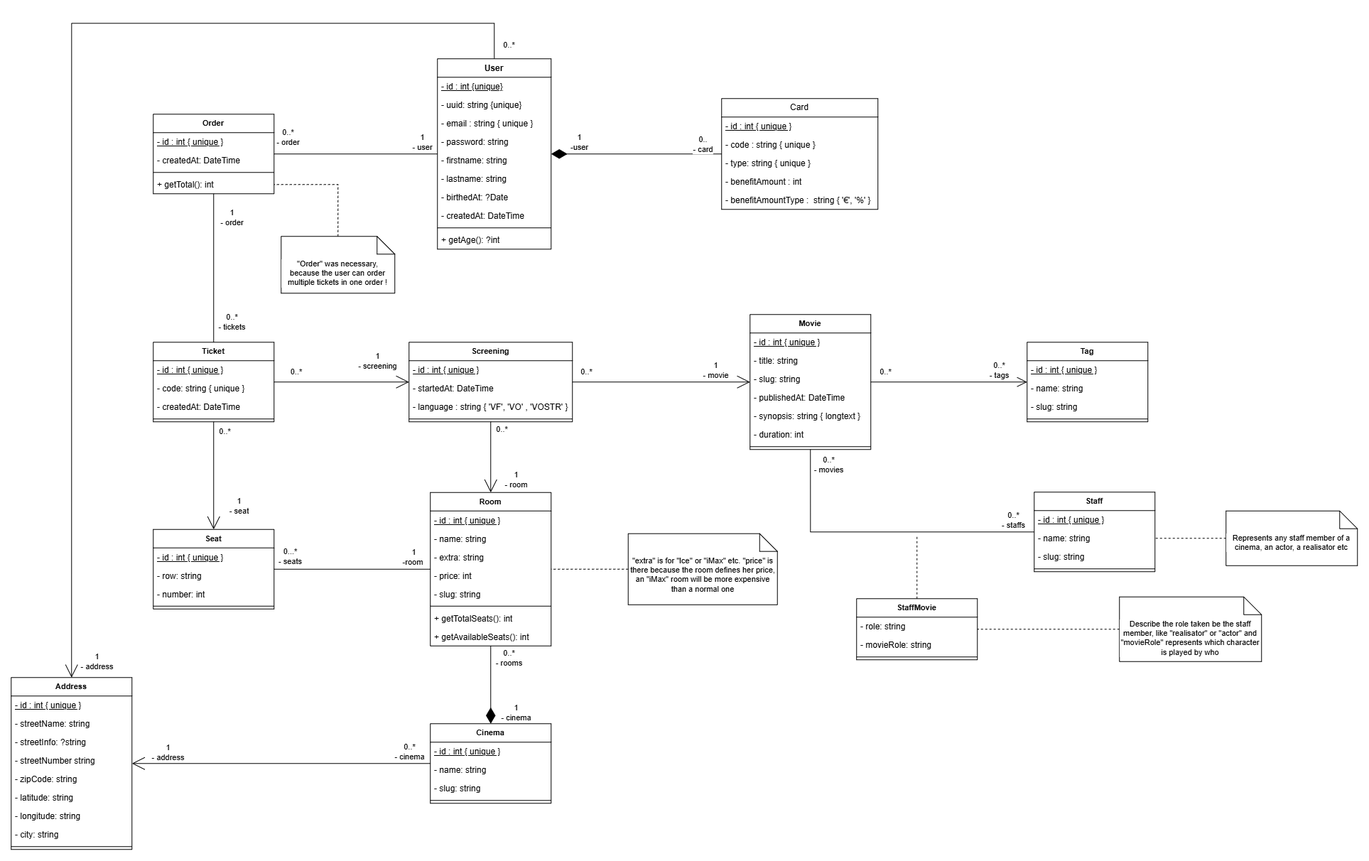
TyTy-cf/2027-cda keeps this draw.io diagram as uml/examen/Exam-Classe.drawio.png. Above is the earlier version. Source tidied: cells renumbered, new cells last; positions are measured from the earlier drawing's top-left corner, leaving out a move shared by most shapes.
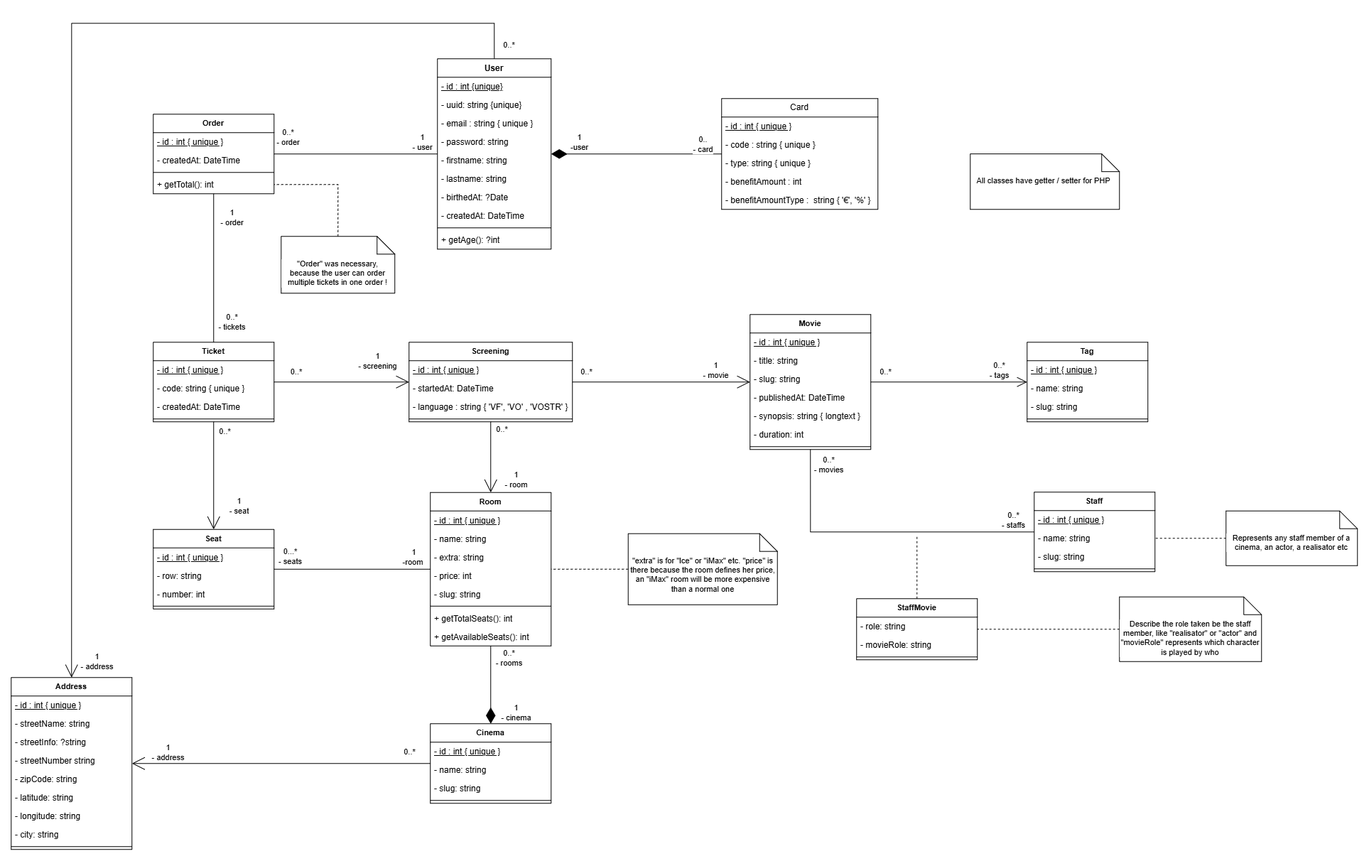
The same file after the commit.

Commit message:
minor update in  UML correction

Change to the diagram source:
```diff
@@ -414,7 +414,7 @@
     <mxCell id="120" style="edgeStyle=orthogonalEdgeStyle;shape=connector;rounded=0;jettySize=auto;html=1;entryX=0;entryY=0.5;entryDx=0;entryDy=0;strokeColor=default;align=center;verticalAlign=middle;fontFamily=Helvetica;fontSize=11;fontColor=default;labelBackgroundColor=default;endArrow=none;endFill=0;startArrow=open;startFill=0;startSize=16;" parent="1" edge="1" source="123" target="61">
       <mxGeometry relative="1" as="geometry" />
     </mxCell>
-    <mxCell id="121" value="0..*&lt;br&gt;- cinema" style="edgeLabel;html=1;align=center;verticalAlign=middle;fontFamily=Helvetica;fontSize=11;fontColor=default;labelBackgroundColor=default;" parent="120" vertex="1">
+    <mxCell id="121" value="0..*" style="edgeLabel;html=1;align=center;verticalAlign=middle;fontFamily=Helvetica;fontSize=11;fontColor=default;labelBackgroundColor=default;" parent="120" vertex="1">
       <mxGeometry x="0.91" y="1" relative="1" as="geometry">
         <mxPoint x="-10" y="-16" as="offset" />
       </mxGeometry>
@@ -454,5 +454,8 @@
     <mxCell id="132" style="line;strokeWidth=1;fillColor=none;align=left;verticalAlign=middle;spacingTop=-1;spacingLeft=3;spacingRight=3;labelPosition=right;strokeColor=inherit;fontFamily=Helvetica;fontSize=11;fontColor=default;labelBackgroundColor=default;" parent="123" vertex="1">
       <mxGeometry y="234" width="170" height="8" as="geometry" />
     </mxCell>
+    <mxCell id="133" value="All classes have getter / setter for PHP&amp;nbsp;" style="shape=note2;boundedLbl=1;whiteSpace=wrap;html=1;size=25;verticalAlign=top;align=center;fontFamily=Helvetica;fontSize=11;fontColor=default;labelBackgroundColor=default;" parent="1" vertex="1">
+      <mxGeometry x="1350" y="183.9" width="210" height="78.1" as="geometry" />
+    </mxCell>
   </root>
 </mxGraphModel>
```
